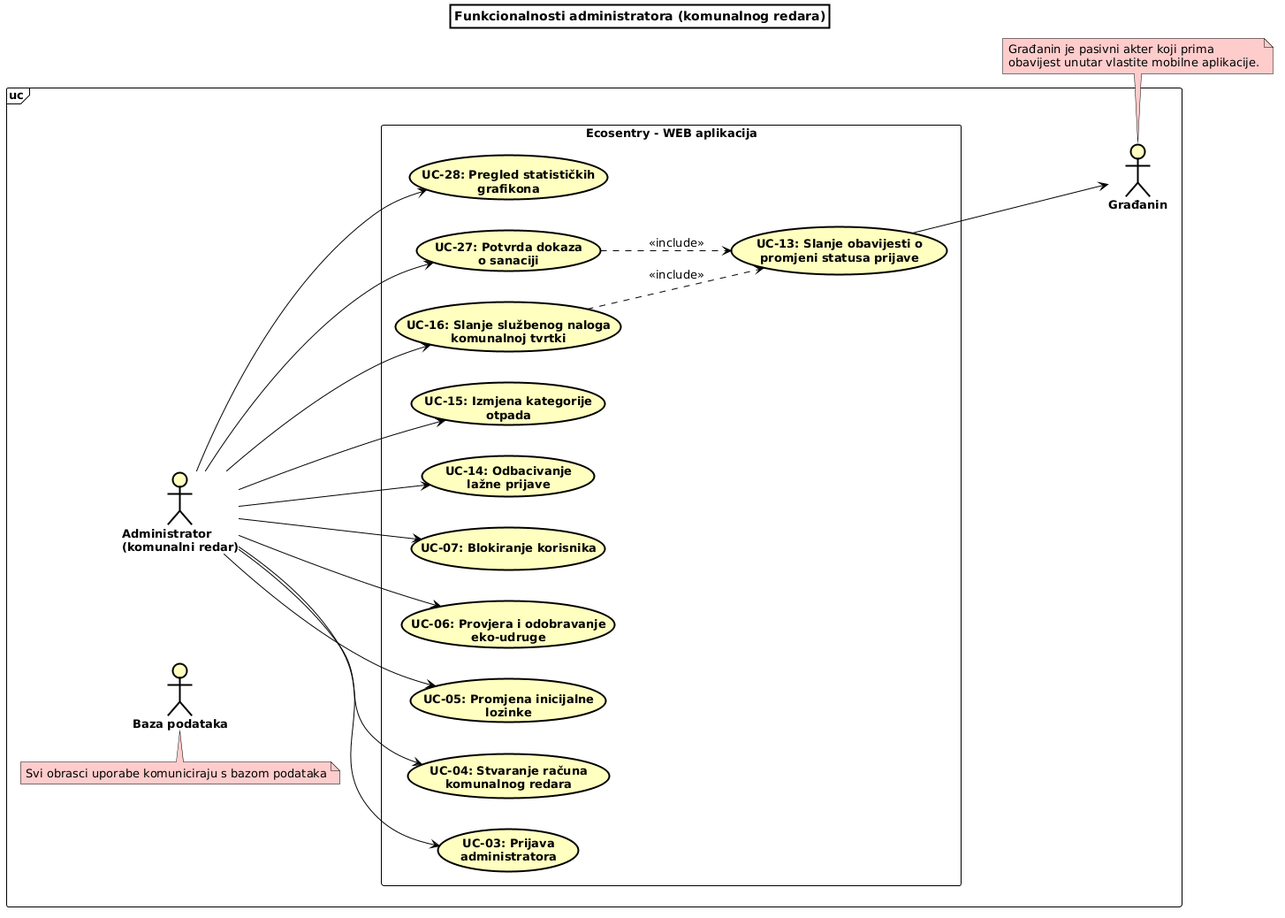
Earlier version of the PlantUML export docs/assets/diagrams/3-1-3-administrator-UC-v2.png (lovretomic/garbagebusters).
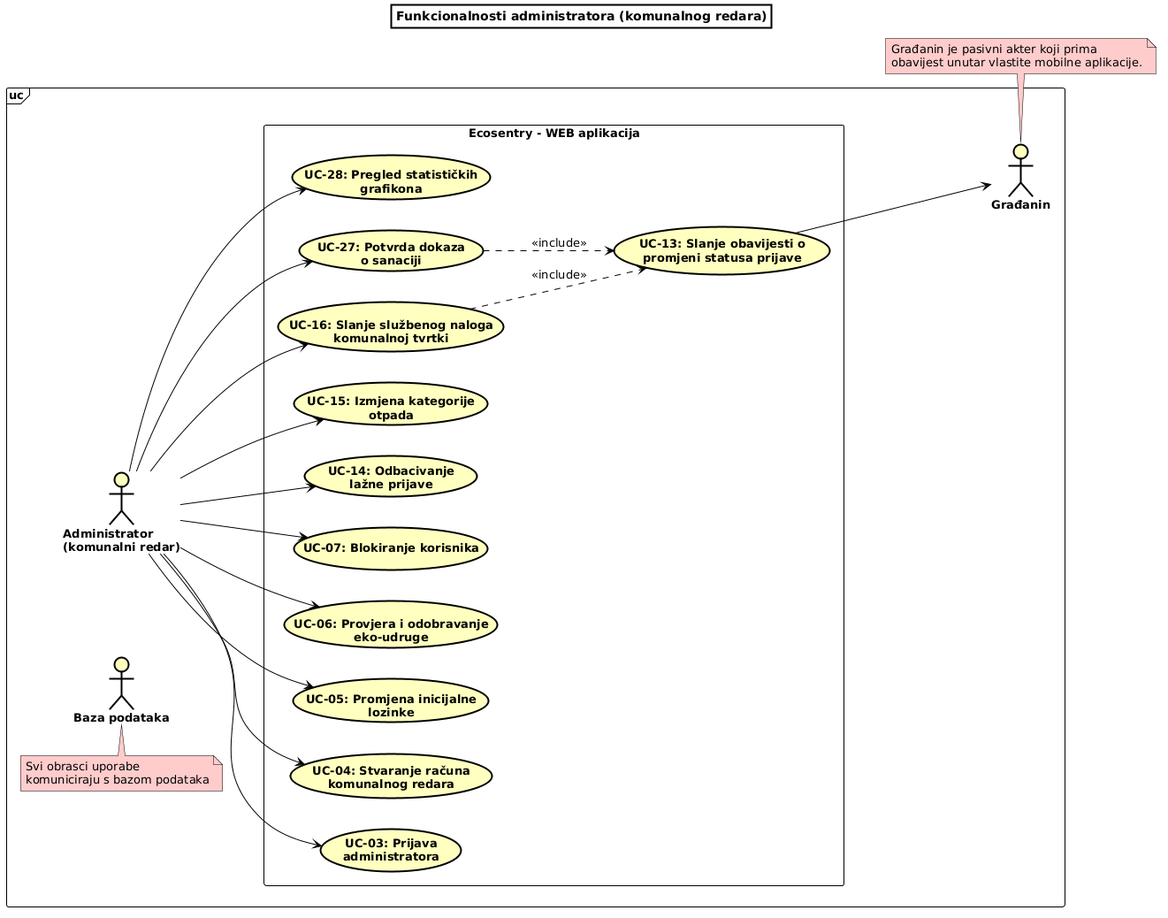
The same file after the commit.

What changed in the source:
```diff
@@ -2,6 +2,7 @@
 left to right direction
 
 skinparam shadowing false
+skinparam defaultFontName Arial
 skinparam defaultFontSize 13
 skinparam ArrowColor black
 skinparam titleBorderThickness 2
@@ -35,46 +36,49 @@
 
 frame "uc" {
 
-actor "Baza podataka" as DB
-note top of DB : Svi obrasci uporabe komuniciraju s bazom podataka
+actor "Baza podataka" as BP
+note top of BP
+Svi obrasci uporabe
+komuniciraju s bazom podataka
+end note
 
-  actor "Administrator\n(komunalni redar)" as A03
+  actor "Administrator\n(komunalni redar)" as ADMN
 
 actor "Građanin" as GRAD
 
-  rectangle "Ecosentry - WEB aplikacija" as SYS {
-    usecase "UC-03: Prijava\nadministratora" as UC003
-    usecase "UC-04: Stvaranje računa\nkomunalnog redara" as UC004
-    usecase "UC-05: Promjena inicijalne\nlozinke" as UC005
+  rectangle "Ecosentry - WEB aplikacija" as SUS {
+    usecase "UC-03: Prijava\nadministratora" as UC03
+    usecase "UC-04: Stvaranje računa\nkomunalnog redara" as UC04
+    usecase "UC-05: Promjena inicijalne\nlozinke" as UC05
 
-    usecase "UC-06: Provjera i odobravanje\neko-udruge" as UC006
-    usecase "UC-07: Blokiranje korisnika" as UC007
+    usecase "UC-06: Provjera i odobravanje\neko-udruge" as UC06
+    usecase "UC-07: Blokiranje korisnika" as UC07
 
-    usecase "UC-14: Odbacivanje\nlažne prijave" as UC014
-    usecase "UC-15: Izmjena kategorije\notpada" as UC015
-    usecase "UC-16: Slanje službenog naloga\nkomunalnoj tvrtki" as UC016
+    usecase "UC-14: Odbacivanje\nlažne prijave" as UC14
+    usecase "UC-15: Izmjena kategorije\notpada" as UC15
+    usecase "UC-16: Slanje službenog naloga\nkomunalnoj tvrtki" as UC16
 
-    usecase "UC-27: Potvrda dokaza\no sanaciji" as UC027
-    usecase "UC-13: Slanje obavijesti o\npromjeni statusa prijave" as UC013
+    usecase "UC-27: Potvrda dokaza\no sanaciji" as UC27
+    usecase "UC-13: Slanje obavijesti o\npromjeni statusa prijave" as UC13
 
-    usecase "UC-28: Pregled statističkih\ngrafikona" as UC028
+    usecase "UC-28: Pregled statističkih\ngrafikona" as UC28
   }
 }
 
-A03 --> UC003
-A03 --> UC004
-A03 --> UC005
-A03 --> UC006
-A03 --> UC007
-A03 --> UC014
-A03 --> UC015
-A03 --> UC016
-A03 --> UC027
-A03 --> UC028
-UC013 --> GRAD
+ADMN --> UC03
+ADMN --> UC15
+ADMN --> UC16
+ADMN --> UC06
+ADMN --> UC27
+ADMN --> UC05
+ADMN --> UC04
+ADMN --> UC07
+ADMN --> UC14
+ADMN --> UC28
+UC13 --> GRAD
 
-UC016 ..> UC013 : <<include>>
-UC027 ..> UC013 : <<include>>
+UC16 ..> UC13 : <<include>>
+UC27 ..> UC13 : <<include>>
 
 note bottom of GRAD
 Građanin je pasivni akter koji prima
```
